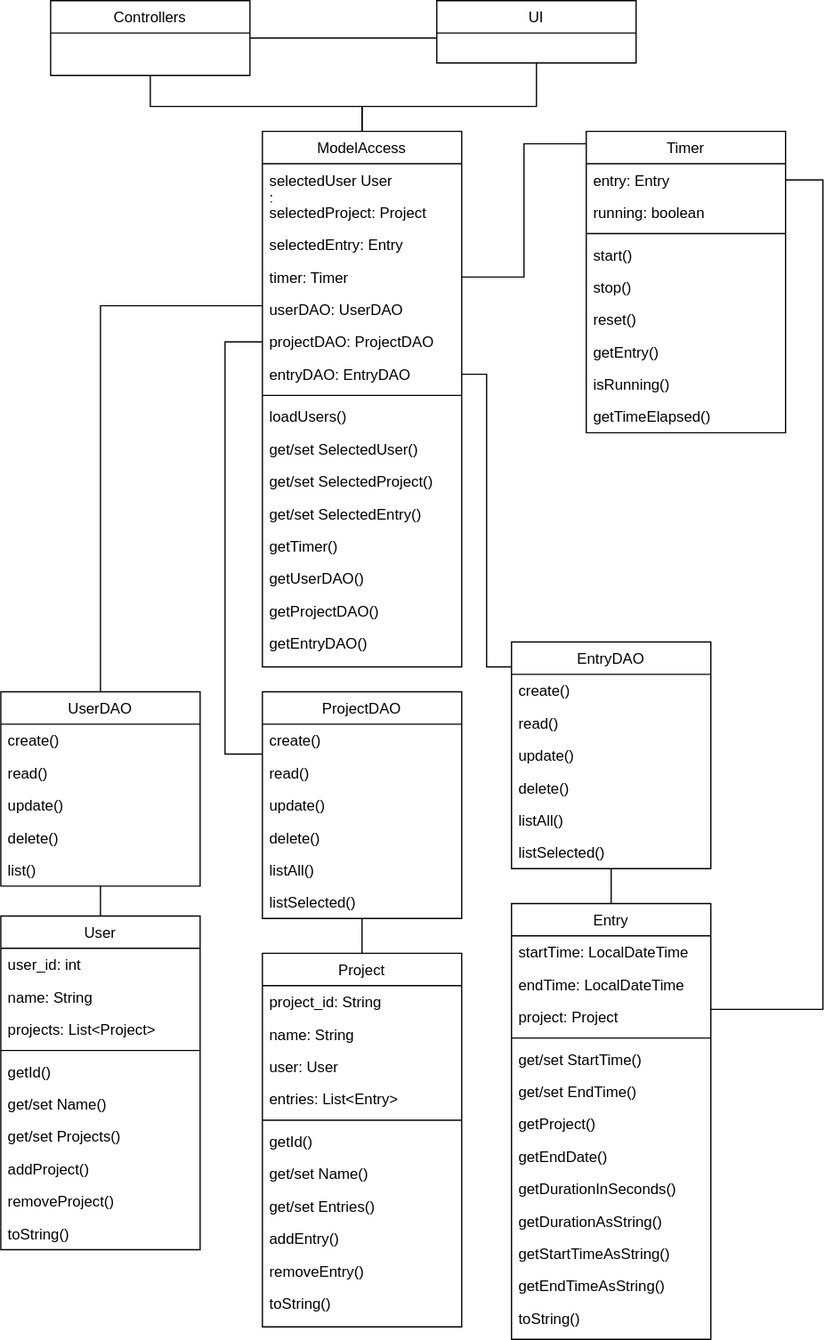
a-ruskomaa/SimpleTimeTracker keeps this draw.io diagram as kaaviot/luokkakaavio.svg. Above is the earlier version. Source tidied: cells renumbered, new cells last; positions are measured from the earlier drawing's top-left corner, leaving out a move shared by most shapes.
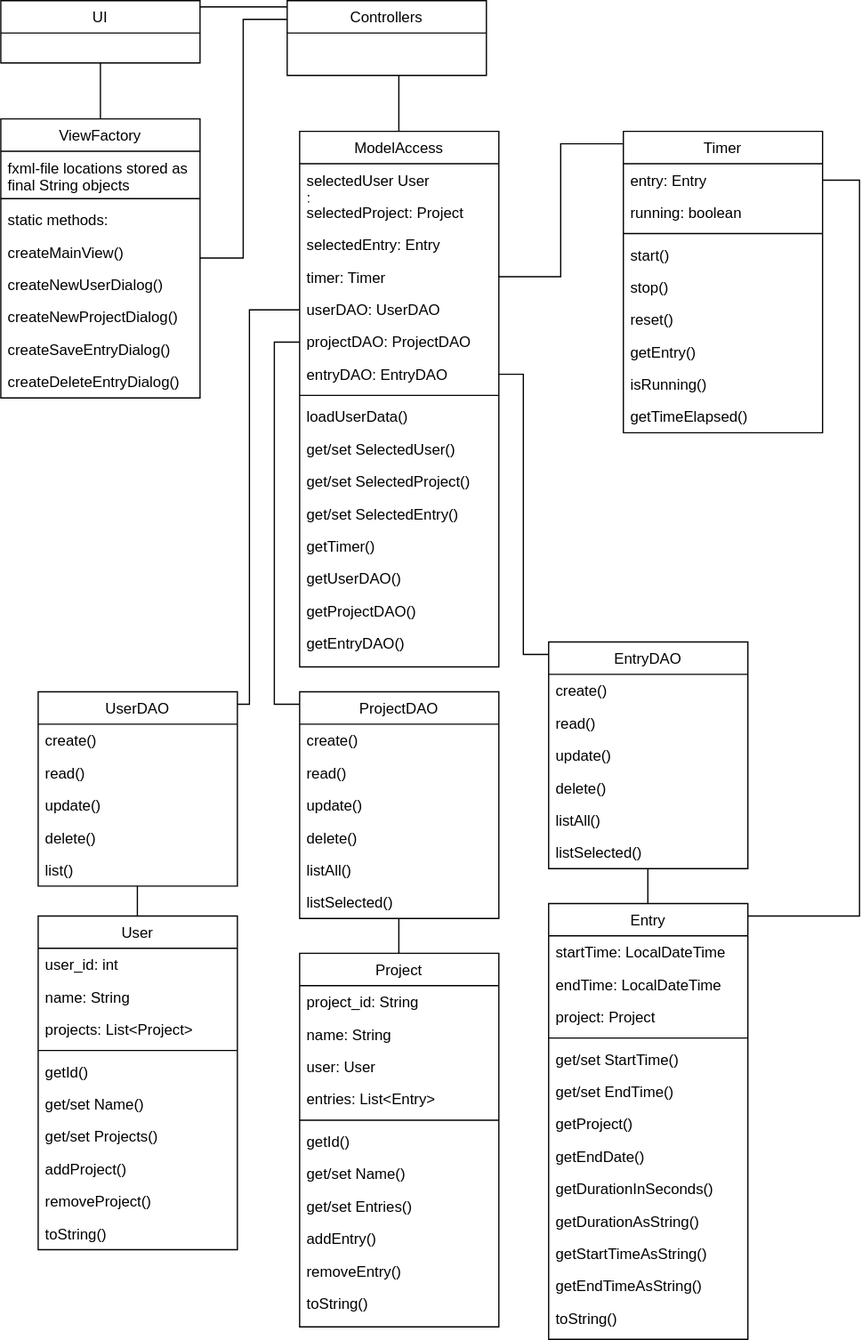
The same diagram one commit later.

Change to the diagram source:
```diff
@@ -29,7 +29,7 @@
     <mxCell id="10" style="line;html=1;strokeWidth=1;align=left;verticalAlign=middle;spacingTop=-1;spacingLeft=3;spacingRight=3;labelPosition=right;" parent="2" vertex="1">
       <mxGeometry y="208" width="160" height="8" as="geometry" />
     </mxCell>
-    <mxCell id="11" value="loadUsers()&#10;" style="text;align=left;verticalAlign=top;spacingLeft=4;spacingRight=4;overflow=hidden;" parent="2" vertex="1">
+    <mxCell id="11" value="loadUserData()&#10;" style="text;align=left;verticalAlign=top;spacingLeft=4;spacingRight=4;overflow=hidden;" parent="2" vertex="1">
       <mxGeometry y="216" width="160" height="26" as="geometry" />
     </mxCell>
     <mxCell id="12" value="get/set SelectedUser()" style="text;align=left;verticalAlign=top;spacingLeft=4;spacingRight=4;overflow=hidden;rounded=0;shadow=0;html=0;" parent="2" vertex="1">
@@ -53,6 +53,14 @@
     <mxCell id="18" value="getEntryDAO()" style="text;align=left;verticalAlign=top;spacingLeft=4;spacingRight=4;overflow=hidden;rounded=0;shadow=0;html=0;" parent="2" vertex="1">
       <mxGeometry y="398" width="160" height="26" as="geometry" />
     </mxCell>
+    <mxCell id="99" style="edgeStyle=orthogonalEdgeStyle;rounded=0;jettySize=auto;html=1;endArrow=none;endFill=0;entryX=0;entryY=0.5;entryDx=0;entryDy=0;" parent="1" edge="1" source="19" target="7">
+      <mxGeometry relative="1" as="geometry">
+        <Array as="points">
+          <mxPoint x="170" y="565" />
+          <mxPoint x="170" y="248" />
+        </Array>
+      </mxGeometry>
+    </mxCell>
     <mxCell id="19" value="UserDAO" style="swimlane;fontStyle=0;align=center;verticalAlign=top;horizontal=1;startSize=26;rounded=0;shadow=0;strokeWidth=1;" parent="1" vertex="1">
       <mxGeometry y="555" width="160" height="156" as="geometry" />
     </mxCell>
@@ -71,42 +79,24 @@
     <mxCell id="24" value="list()" style="text;align=left;verticalAlign=top;spacingLeft=4;spacingRight=4;overflow=hidden;" parent="19" vertex="1">
       <mxGeometry y="130" width="160" height="26" as="geometry" />
     </mxCell>
-    <mxCell id="25" style="endArrow=none;endSize=10;endFill=0;shadow=0;strokeWidth=1;rounded=0;edgeStyle=elbowEdgeStyle;elbow=vertical;" parent="1" edge="1" source="19" target="2">
-      <mxGeometry relative="1" as="geometry">
-        <Array as="points">
-          <mxPoint x="80" y="245" />
-          <mxPoint x="80" y="465" />
-          <mxPoint x="80" y="515" />
-          <mxPoint x="80" y="495" />
-          <mxPoint x="90" y="495" />
-          <mxPoint x="80" y="495" />
-          <mxPoint x="190" y="525" />
-        </Array>
-      </mxGeometry>
-    </mxCell>
+    <mxCell id="100" style="edgeStyle=orthogonalEdgeStyle;rounded=0;jettySize=auto;html=1;endArrow=none;endFill=0;" parent="1" edge="1" source="26" target="102">
+      <mxGeometry relative="1" as="geometry" />
+    </mxCell>
     <mxCell id="26" value="UI" style="swimlane;fontStyle=0;align=center;verticalAlign=top;horizontal=1;startSize=26;rounded=0;shadow=0;strokeWidth=1;" parent="1" vertex="1">
-      <mxGeometry x="350" width="160" height="50" as="geometry" />
+      <mxGeometry x="-30" width="160" height="50" as="geometry" />
     </mxCell>
-    <mxCell id="27" style="endArrow=none;shadow=0;strokeWidth=1;strokeColor=#000000;rounded=0;endFill=0;edgeStyle=elbowEdgeStyle;elbow=vertical;" parent="1" edge="1" source="2" target="26">
-      <mxGeometry x="0.5" y="41" relative="1" as="geometry">
-        <Array as="points">
-          <mxPoint x="430" y="85" />
-        </Array>
-        <mxPoint x="-40" y="32" as="offset" />
-      </mxGeometry>
-    </mxCell>
     <mxCell id="28" style="edgeStyle=orthogonalEdgeStyle;rounded=0;jettySize=auto;html=1;endArrow=none;endFill=0;entryX=0;entryY=0.5;entryDx=0;entryDy=0;" parent="1" edge="1" source="70" target="8">
       <mxGeometry relative="1" as="geometry">
         <Array as="points">
-          <mxPoint x="180" y="605" />
-          <mxPoint x="180" y="274" />
+          <mxPoint x="190" y="565" />
+          <mxPoint x="190" y="274" />
         </Array>
       </mxGeometry>
     </mxCell>
     <mxCell id="29" style="edgeStyle=orthogonalEdgeStyle;rounded=0;jettySize=auto;html=1;endArrow=none;endFill=0;entryX=1;entryY=0.5;entryDx=0;entryDy=0;" parent="1" edge="1" source="77" target="9">
       <mxGeometry relative="1" as="geometry">
         <Array as="points">
-          <mxPoint x="390" y="535" />
+          <mxPoint x="390" y="525" />
           <mxPoint x="390" y="300" />
         </Array>
       </mxGeometry>
@@ -276,21 +266,21 @@
     <mxCell id="84" style="edgeStyle=orthogonalEdgeStyle;rounded=0;jettySize=auto;html=1;endArrow=none;endFill=0;" parent="1" edge="1" source="86" target="2">
       <mxGeometry relative="1" as="geometry">
         <Array as="points">
-          <mxPoint x="120" y="85" />
-          <mxPoint x="290" y="85" />
+          <mxPoint x="290" y="75" />
+          <mxPoint x="290" y="75" />
         </Array>
       </mxGeometry>
     </mxCell>
     <mxCell id="85" style="edgeStyle=orthogonalEdgeStyle;rounded=0;jettySize=auto;html=1;endArrow=none;endFill=0;" parent="1" edge="1" source="86" target="26">
       <mxGeometry relative="1" as="geometry">
         <Array as="points">
-          <mxPoint x="310" y="30" />
-          <mxPoint x="310" y="30" />
+          <mxPoint x="150" y="5" />
+          <mxPoint x="150" y="5" />
         </Array>
       </mxGeometry>
     </mxCell>
     <mxCell id="86" value="Controllers" style="swimlane;fontStyle=0;align=center;verticalAlign=top;horizontal=1;startSize=26;rounded=0;shadow=0;strokeWidth=1;" parent="1" vertex="1">
-      <mxGeometry x="40" width="160" height="60" as="geometry" />
+      <mxGeometry x="200" width="160" height="60" as="geometry" />
     </mxCell>
     <mxCell id="87" style="edgeStyle=orthogonalEdgeStyle;rounded=0;jettySize=auto;html=1;entryX=1;entryY=0.5;entryDx=0;entryDy=0;endArrow=none;endFill=0;" parent="1" edge="1" source="88" target="6">
       <mxGeometry relative="1" as="geometry">
@@ -334,9 +324,39 @@
       <mxGeometry relative="1" as="geometry">
         <Array as="points">
           <mxPoint x="660" y="144" />
-          <mxPoint x="660" y="810" />
+          <mxPoint x="660" y="735" />
         </Array>
       </mxGeometry>
     </mxCell>
+    <mxCell id="101" style="edgeStyle=orthogonalEdgeStyle;rounded=0;jettySize=auto;html=1;entryX=0;entryY=0.25;entryDx=0;entryDy=0;endArrow=none;endFill=0;" parent="1" edge="1" source="102" target="86">
+      <mxGeometry relative="1" as="geometry" />
+    </mxCell>
+    <mxCell id="102" value="ViewFactory" style="swimlane;fontStyle=0;align=center;verticalAlign=top;horizontal=1;startSize=26;rounded=0;shadow=0;strokeWidth=1;" parent="1" vertex="1">
+      <mxGeometry x="-30" y="95" width="160" height="224" as="geometry" />
+    </mxCell>
+    <mxCell id="103" value="fxml-file locations stored as&#10;final String objects" style="text;align=left;verticalAlign=top;spacingLeft=4;spacingRight=4;overflow=hidden;rounded=0;shadow=0;html=0;" parent="102" vertex="1">
+      <mxGeometry y="26" width="160" height="34" as="geometry" />
+    </mxCell>
+    <mxCell id="104" style="line;html=1;strokeWidth=1;align=left;verticalAlign=middle;spacingTop=-1;spacingLeft=3;spacingRight=3;labelPosition=right;" parent="102" vertex="1">
+      <mxGeometry y="60" width="160" height="8" as="geometry" />
+    </mxCell>
+    <mxCell id="105" value="static methods:" style="text;align=left;verticalAlign=top;spacingLeft=4;spacingRight=4;overflow=hidden;" parent="102" vertex="1">
+      <mxGeometry y="68" width="160" height="26" as="geometry" />
+    </mxCell>
+    <mxCell id="106" value="createMainView()" style="text;align=left;verticalAlign=top;spacingLeft=4;spacingRight=4;overflow=hidden;" parent="102" vertex="1">
+      <mxGeometry y="94" width="160" height="26" as="geometry" />
+    </mxCell>
+    <mxCell id="107" value="createNewUserDialog()" style="text;align=left;verticalAlign=top;spacingLeft=4;spacingRight=4;overflow=hidden;rounded=0;shadow=0;html=0;" parent="102" vertex="1">
+      <mxGeometry y="120" width="160" height="26" as="geometry" />
+    </mxCell>
+    <mxCell id="108" value="createNewProjectDialog()" style="text;align=left;verticalAlign=top;spacingLeft=4;spacingRight=4;overflow=hidden;rounded=0;shadow=0;html=0;" parent="102" vertex="1">
+      <mxGeometry y="146" width="160" height="26" as="geometry" />
+    </mxCell>
+    <mxCell id="109" value="createSaveEntryDialog()" style="text;align=left;verticalAlign=top;spacingLeft=4;spacingRight=4;overflow=hidden;rounded=0;shadow=0;html=0;" parent="102" vertex="1">
+      <mxGeometry y="172" width="160" height="26" as="geometry" />
+    </mxCell>
+    <mxCell id="110" value="createDeleteEntryDialog()" style="text;align=left;verticalAlign=top;spacingLeft=4;spacingRight=4;overflow=hidden;rounded=0;shadow=0;html=0;" parent="102" vertex="1">
+      <mxGeometry y="198" width="160" height="26" as="geometry" />
+    </mxCell>
   </root>
 </mxGraphModel>
```
